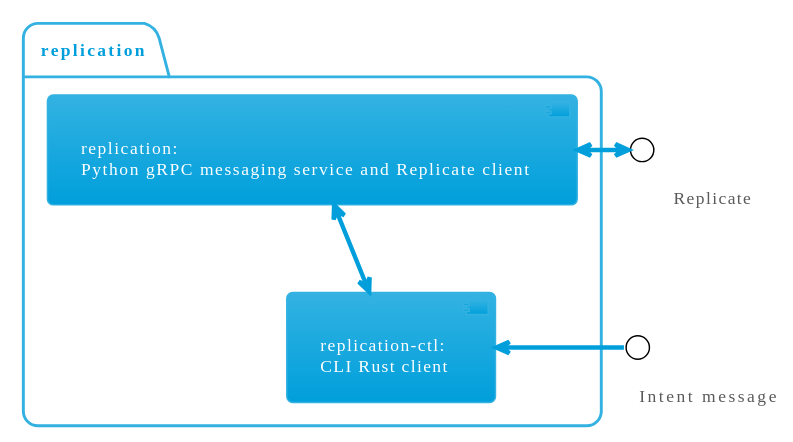
Above: design.svg in suchapalaver/replication (PlantUML), before the change.
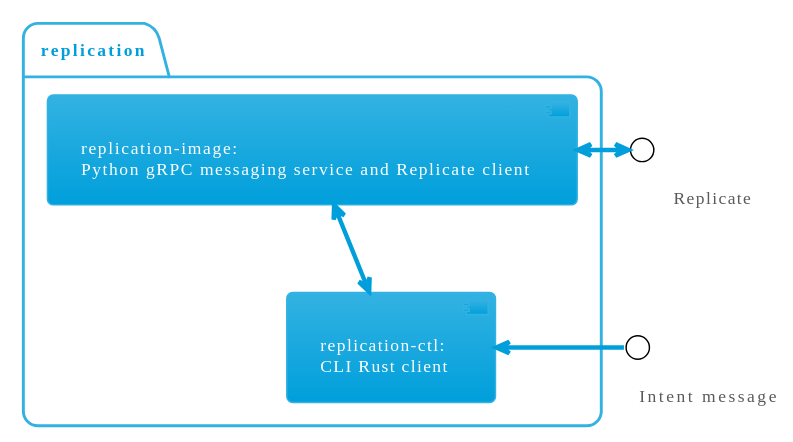
Later version of the same file.

Diff of the diagram source:
```diff
@@ -7,10 +7,10 @@
 }
 
 package "replication" {
-  [replication-ctl:\nCLI Rust client] <-up-> [replication:\nPython gRPC messaging service and Replicate client]
+  [replication-ctl:\nCLI Rust client] <-up-> [replication-image:\nPython gRPC messaging service and Replicate client]
 }
 interface "\t\t\tReplicate" as Replicate
-[replication:\nPython gRPC messaging service and Replicate client] <--right--> Replicate
+[replication-image:\nPython gRPC messaging service and Replicate client] <--right--> Replicate
 
 interface "\t\t\tIntent message" as Intent
 [replication-ctl:\nCLI Rust client] <--right-- Intent
```
